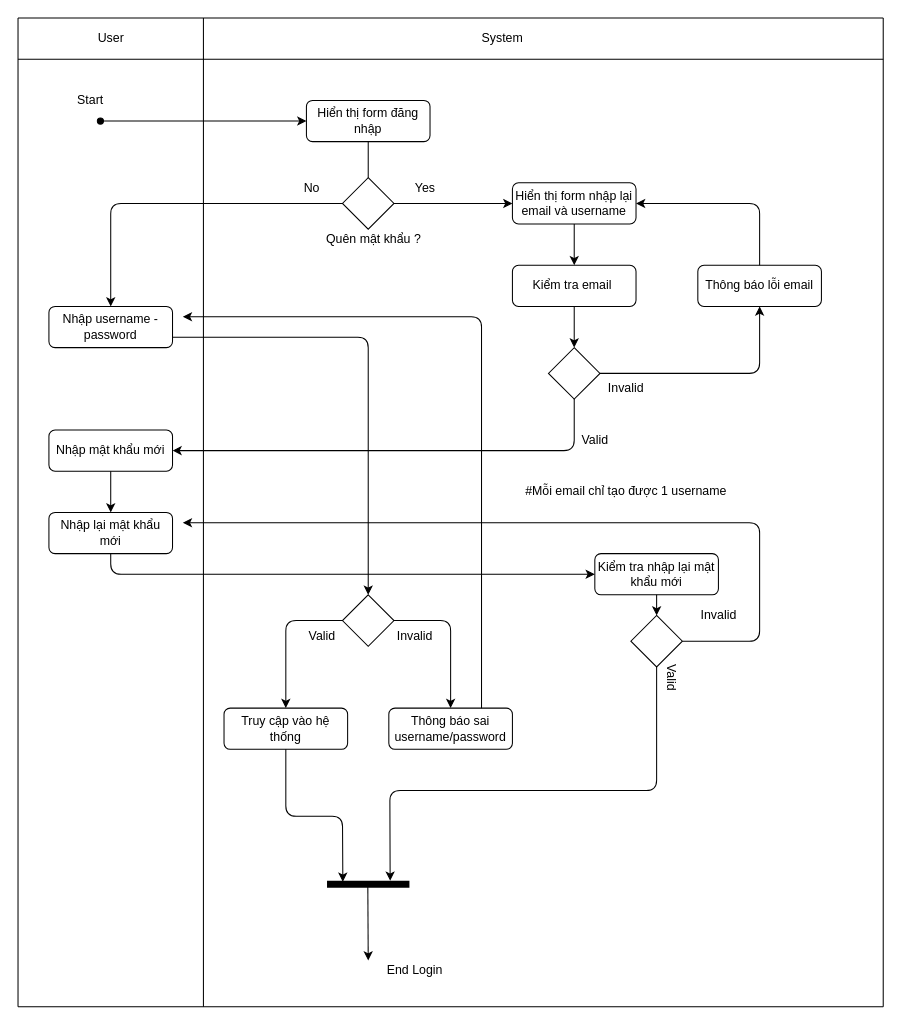
This is page "Activity ql_he_thong" (4 of 15) of doc/QuanLyDoAn.drawio from lampn0/quan_ly_do_an_20211, a draw.io file, before an edit. Source tidied: cells renumbered, new cells numbered last; positions are measured from the earlier drawing's top-left corner, leaving out a move shared by most shapes. Both pictures are drawn from the tidied source at 103%, with x=0, y=0 at pixel (18, 18).
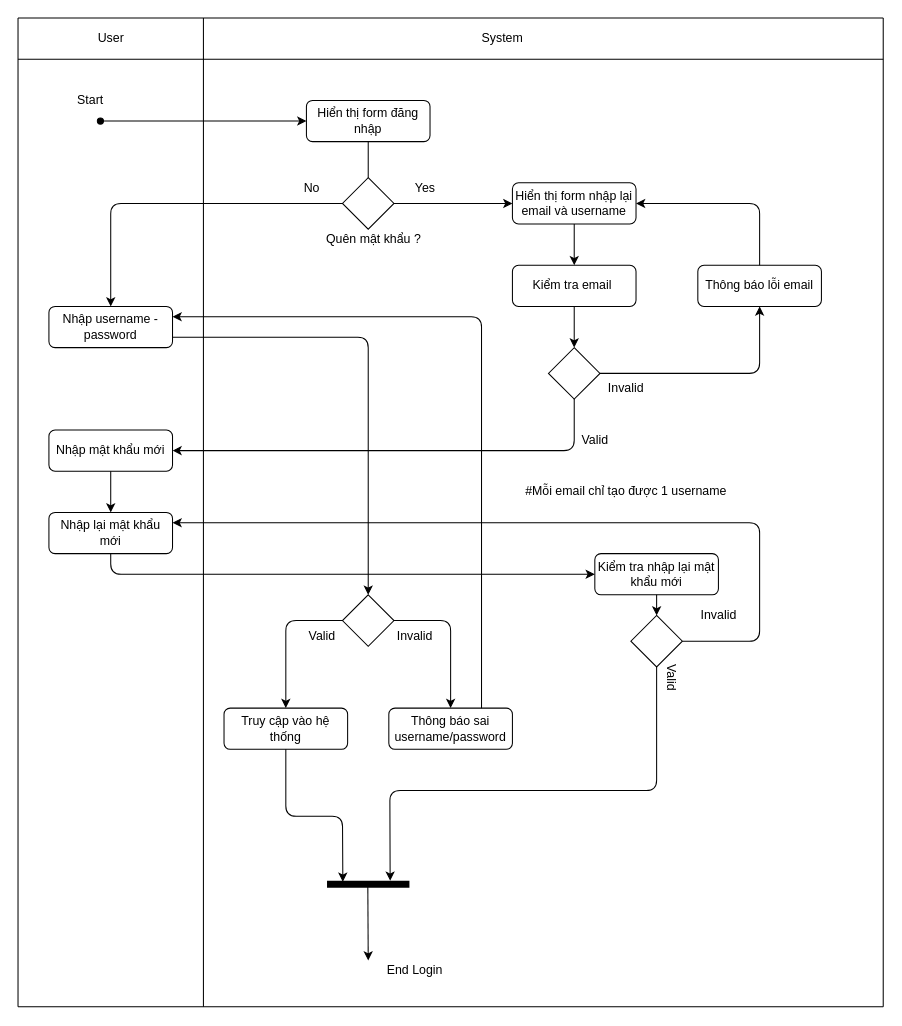
The same page after the edit.

Unchanged cells that the change refers to:
```xml
<mxCell id="3" value="Nhập username - password" style="rounded=1;whiteSpace=wrap;html=1;shadow=0;glass=0;fillColor=none;align=center;" parent="1" vertex="1">
  <mxGeometry x="30" y="280" width="120" height="40" as="geometry" />
</mxCell>
<mxCell id="27" style="rhombus;whiteSpace=wrap;html=1;rounded=0;shadow=0;glass=0;fillColor=none;align=center;" parent="1" vertex="1">
  <mxGeometry x="595" y="580" width="50" height="50" as="geometry" />
</mxCell>
<mxCell id="55" value="Thông báo sai username/password" style="rounded=1;whiteSpace=wrap;html=1;shadow=0;glass=0;fillColor=none;align=center;" parent="1" vertex="1">
  <mxGeometry x="360" y="670" width="120" height="40" as="geometry" />
</mxCell>
```

The edit, as a diff of the source:
```diff
@@
-    <mxCell id="31" style="endArrow=classic;html=1;exitX=0.75;exitY=0;exitDx=0;exitDy=0;" parent="1" edge="1" source="55">
+    <mxCell id="31" style="endArrow=classic;html=1;exitX=0.75;exitY=0;exitDx=0;exitDy=0;entryX=1;entryY=0.25;entryDx=0;entryDy=0;" parent="1" edge="1" source="55" target="3">
       <mxGeometry relative="1" as="geometry">
-        <mxPoint x="160" y="290" as="targetPoint" />
         <Array as="points">
           <mxPoint x="450" y="290" />
         </Array>
       </mxGeometry>
     </mxCell>
@@
     <mxCell id="38" style="endArrow=classic;html=1;exitX=1;exitY=0.5;exitDx=0;exitDy=0;" parent="1" edge="1" source="27">
       <mxGeometry relative="1" as="geometry">
-        <mxPoint x="160" y="490" as="targetPoint" />
+        <mxPoint x="150" y="490" as="targetPoint" />
         <Array as="points">
           <mxPoint x="720" y="605" />
           <mxPoint x="720" y="490" />
         </Array>
       </mxGeometry>
     </mxCell>
```
